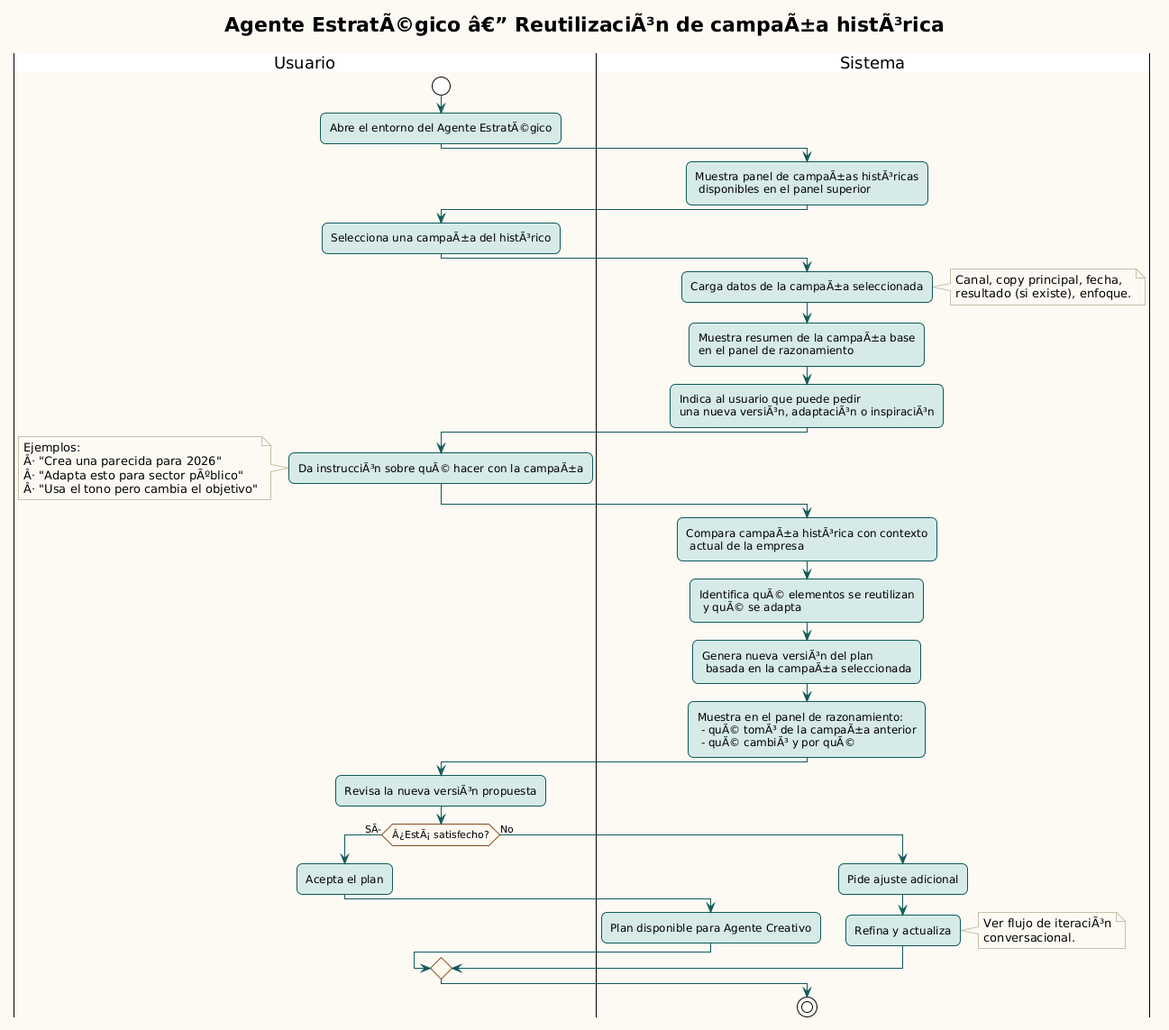
Earlier version of the PlantUML export agent/assets/img/diagramas/agente-estrategico-reutilizacion.png (sedibuc/documentacion_cintel). Source of this version:
```plantuml
@startuml
!theme plain
skinparam backgroundColor #FDFAF4
skinparam defaultFontName Segoe UI
skinparam roundCorner 12
skinparam ArrowColor #0f5a58
skinparam ActivityBorderColor #0f5a58
skinparam ActivityBackgroundColor #d6ebe8
skinparam ActivityDiamondBackgroundColor #fff8ef
skinparam ActivityDiamondBorderColor #8d4a1f
skinparam NoteBackgroundColor #fffdf6
skinparam NoteBorderColor #c8bfa8

title Agente EstratÃ©gico â€” ReutilizaciÃ³n de campaÃ±a histÃ³rica

|Usuario|
start
:Abre el entorno del Agente EstratÃ©gico;

|Sistema|
:Muestra panel de campaÃ±as histÃ³ricas\n disponibles en el panel superior;

|Usuario|
:Selecciona una campaÃ±a del histÃ³rico;

|Sistema|
:Carga datos de la campaÃ±a seleccionada;
note right
  Canal, copy principal, fecha,
  resultado (si existe), enfoque.
end note
:Muestra resumen de la campaÃ±a base\nen el panel de razonamiento;
:Indica al usuario que puede pedir\nuna nueva versiÃ³n, adaptaciÃ³n o inspiraciÃ³n;

|Usuario|
:Da instrucciÃ³n sobre quÃ© hacer con la campaÃ±a;

note left
  Ejemplos:
  Â· "Crea una parecida para 2026"
  Â· "Adapta esto para sector pÃºblico"
  Â· "Usa el tono pero cambia el objetivo"
end note

|Sistema|
:Compara campaÃ±a histÃ³rica con contexto\n actual de la empresa;
:Identifica quÃ© elementos se reutilizan\n y quÃ© se adapta;
:Genera nueva versiÃ³n del plan\n basada en la campaÃ±a seleccionada;
:Muestra en el panel de razonamiento:\n - quÃ© tomÃ³ de la campaÃ±a anterior\n - quÃ© cambiÃ³ y por quÃ©;

|Usuario|
:Revisa la nueva versiÃ³n propuesta;

if (Â¿EstÃ¡ satisfecho?) then (SÃ­)
  :Acepta el plan;
  |Sistema|
  :Plan disponible para Agente Creativo;
else (No)
  :Pide ajuste adicional;
  |Sistema|
  :Refina y actualiza;
  note right
    Ver flujo de iteraciÃ³n
    conversacional.
  end note
endif

stop
@enduml
```
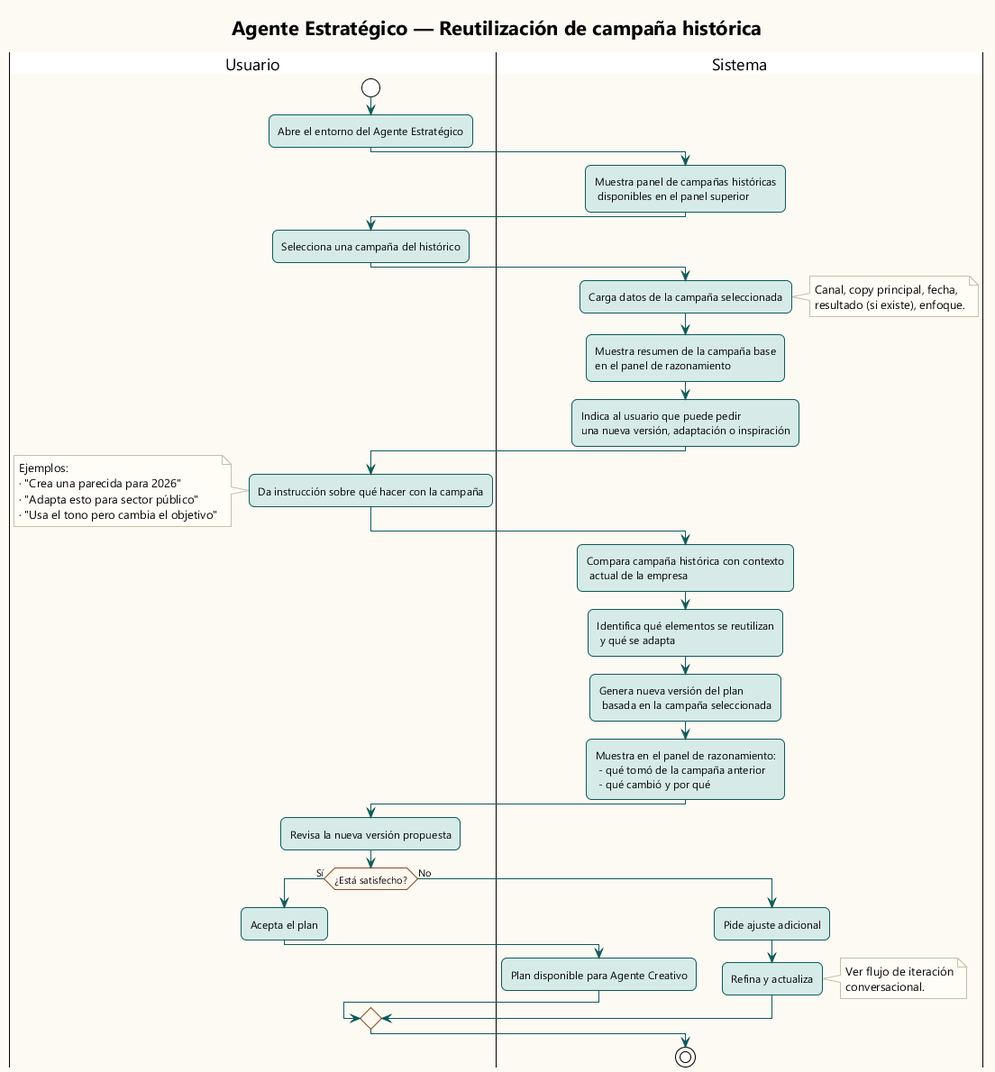
After the commit.

Diff of the diagram source:
```diff
@@ -1,4 +1,4 @@
-@startuml
+@startuml agente-estrategico-reutilizacion
 !theme plain
 skinparam backgroundColor #FDFAF4
 skinparam defaultFontName Segoe UI
@@ -11,47 +11,47 @@
 skinparam NoteBackgroundColor #fffdf6
 skinparam NoteBorderColor #c8bfa8
 
-title Agente EstratÃ©gico â€” ReutilizaciÃ³n de campaÃ±a histÃ³rica
+title Agente Estratégico — Reutilización de campaña histórica
 
 |Usuario|
 start
-:Abre el entorno del Agente EstratÃ©gico;
+:Abre el entorno del Agente Estratégico;
 
 |Sistema|
-:Muestra panel de campaÃ±as histÃ³ricas\n disponibles en el panel superior;
+:Muestra panel de campañas históricas\n disponibles en el panel superior;
 
 |Usuario|
-:Selecciona una campaÃ±a del histÃ³rico;
+:Selecciona una campaña del histórico;
 
 |Sistema|
-:Carga datos de la campaÃ±a seleccionada;
+:Carga datos de la campaña seleccionada;
 note right
   Canal, copy principal, fecha,
   resultado (si existe), enfoque.
 end note
-:Muestra resumen de la campaÃ±a base\nen el panel de razonamiento;
-:Indica al usuario que puede pedir\nuna nueva versiÃ³n, adaptaciÃ³n o inspiraciÃ³n;
+:Muestra resumen de la campaña base\nen el panel de razonamiento;
+:Indica al usuario que puede pedir\nuna nueva versión, adaptación o inspiración;
 
 |Usuario|
-:Da instrucciÃ³n sobre quÃ© hacer con la campaÃ±a;
+:Da instrucción sobre qué hacer con la campaña;
 
 note left
   Ejemplos:
-  Â· "Crea una parecida para 2026"
-  Â· "Adapta esto para sector pÃºblico"
-  Â· "Usa el tono pero cambia el objetivo"
+  · "Crea una parecida para 2026"
+  · "Adapta esto para sector público"
+  · "Usa el tono pero cambia el objetivo"
 end note
 
 |Sistema|
-:Compara campaÃ±a histÃ³rica con contexto\n actual de la empresa;
-:Identifica quÃ© elementos se reutilizan\n y quÃ© se adapta;
-:Genera nueva versiÃ³n del plan\n basada en la campaÃ±a seleccionada;
-:Muestra en el panel de razonamiento:\n - quÃ© tomÃ³ de la campaÃ±a anterior\n - quÃ© cambiÃ³ y por quÃ©;
+:Compara campaña histórica con contexto\n actual de la empresa;
+:Identifica qué elementos se reutilizan\n y qué se adapta;
+:Genera nueva versión del plan\n basada en la campaña seleccionada;
+:Muestra en el panel de razonamiento:\n - qué tomó de la campaña anterior\n - qué cambió y por qué;
 
 |Usuario|
-:Revisa la nueva versiÃ³n propuesta;
+:Revisa la nueva versión propuesta;
 
-if (Â¿EstÃ¡ satisfecho?) then (SÃ­)
+if (¿Está satisfecho?) then (Sí)
   :Acepta el plan;
   |Sistema|
   :Plan disponible para Agente Creativo;
@@ -60,10 +60,11 @@
   |Sistema|
   :Refina y actualiza;
   note right
-    Ver flujo de iteraciÃ³n
+    Ver flujo de iteración
     conversacional.
   end note
 endif
 
 stop
+
 @enduml
```
